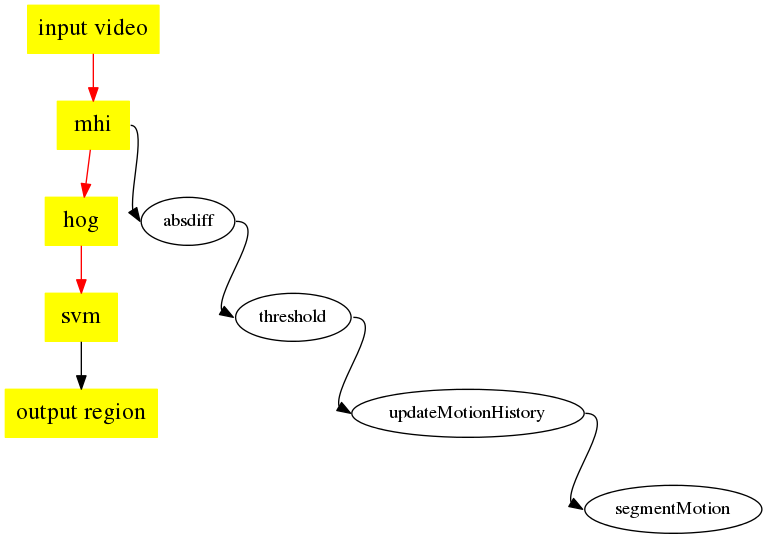
Above: pipeline_mhi.png in DuinoDu/detect_standup (Graphviz), before the change. Its source is kept beside it as pipeline_mhi.dot. The source it was exported from:
```dot
digraph G{
    input -> mhi[color=red]
    mhi -> hog[color=red]
    hog -> svm[color=red]
    svm -> output

    input[fontsize=18 style=filled, shape=box color=yellow label = "input video"];
    mhi[fontsize=18 style=filled shape=box color=yellow];
    hog[fontsize=18 style=filled shape=box color=yellow];
    svm[fontsize=18 style=filled shape=box color=yellow];
    output[fontsize=18 style=filled, shape = box, color=yellow, label = "output region"]

    mhi:e -> absdiff:w
    subgraph 1 {
        absdiff:e -> threshold:w
        threshold:e -> updateMotionHistory:w
        updateMotionHistory:e -> segmentMotion:w
    }
}
```
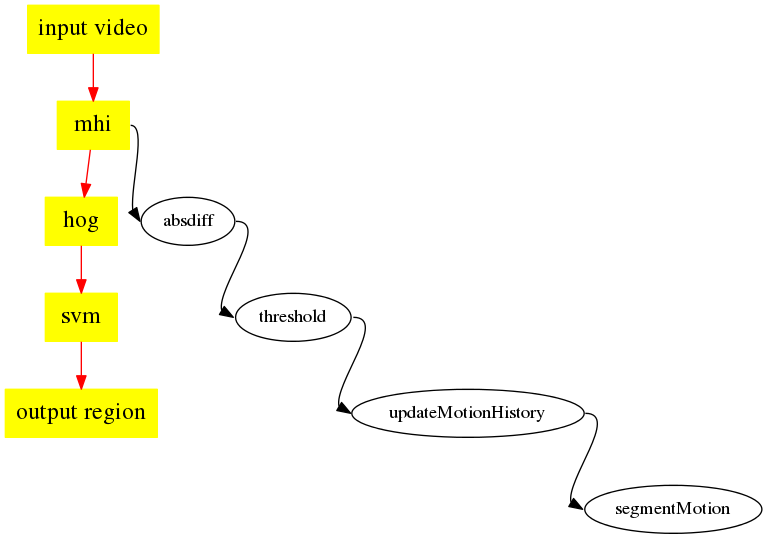
Later version of the same file.

The edit, as a diff of the source:
```diff
@@ -2,7 +2,7 @@
     input -> mhi[color=red]
     mhi -> hog[color=red]
     hog -> svm[color=red]
-    svm -> output
+    svm -> output[color=red]
 
     input[fontsize=18 style=filled, shape=box color=yellow label = "input video"];
     mhi[fontsize=18 style=filled shape=box color=yellow];
```
